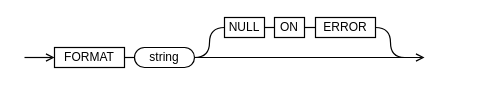
The draw.io diagram resources/draw.io/diagram-column-format.drawio in mbleron/ExcelTable, before the edit. Source tidied: cells renumbered, new cells numbered last; positions are measured from the earlier drawing's top-left corner, leaving out a move shared by most shapes. Both pictures are drawn from the tidied source at 100%, with x=0, y=0 at pixel (24, 17).
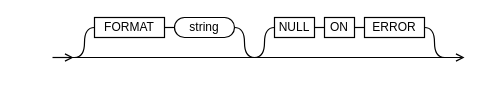
Above is the later version.

Commit message (it also covers changes not shown here):
Updated Format_clause diagram

The edit, as a diff of the source:
```diff
@@
     <mxCell id="2" value="FORMAT" style="rounded=0;whiteSpace=wrap;html=1;shadow=0;comic=0;strokeOpacity=100;strokeColor=default;strokeWidth=1.2;" parent="1" vertex="1">
-      <mxGeometry x="30" y="30" width="70" height="20" as="geometry" />
+      <mxGeometry x="70" width="70" height="20" as="geometry" />
     </mxCell>
     <mxCell id="3" value="&lt;font style=&quot;font-size: 12px;&quot;&gt;string&lt;/font&gt;" style="rounded=1;whiteSpace=wrap;html=1;arcSize=50;shadow=0;comic=0;strokeOpacity=100;strokeColor=default;strokeWidth=1.2;" parent="1" vertex="1">
-      <mxGeometry x="110" y="30" width="60" height="20" as="geometry" />
+      <mxGeometry x="150" width="60" height="20" as="geometry" />
     </mxCell>
     <mxCell id="4" value="NULL" style="rounded=0;whiteSpace=wrap;html=1;shadow=0;comic=0;strokeOpacity=100;strokeColor=default;strokeWidth=1.2;" parent="1" vertex="1">
-      <mxGeometry x="200" width="40" height="20" as="geometry" />
+      <mxGeometry x="250" width="40" height="20" as="geometry" />
     </mxCell>
     <mxCell id="5" value="ON" style="rounded=0;whiteSpace=wrap;html=1;shadow=0;comic=0;strokeOpacity=100;strokeColor=default;strokeWidth=1.2;" parent="1" vertex="1">
-      <mxGeometry x="250" width="30" height="20" as="geometry" />
+      <mxGeometry x="300" width="30" height="20" as="geometry" />
     </mxCell>
     <mxCell id="6" value="ERROR" style="rounded=0;whiteSpace=wrap;html=1;shadow=0;comic=0;strokeOpacity=100;strokeColor=default;strokeWidth=1.2;" parent="1" vertex="1">
-      <mxGeometry x="291" width="60" height="20" as="geometry" />
+      <mxGeometry x="340" width="60" height="20" as="geometry" />
     </mxCell>
@@
-    <mxCell id="8" style="endArrow=open;html=1;exitX=1;exitY=0.5;exitDx=0;exitDy=0;endFill=0;strokeOpacity=100;shadow=0;strokeColor=default;strokeWidth=1.2;" parent="1" edge="1" source="3">
+    <mxCell id="8" style="endArrow=open;html=1;endFill=0;strokeOpacity=100;shadow=0;strokeColor=default;strokeWidth=1.2;" parent="1" edge="1">
       <mxGeometry relative="1" as="geometry">
-        <mxPoint x="400" y="40" as="targetPoint" />
+        <mxPoint x="40" y="40" as="sourcePoint" />
+        <mxPoint x="440" y="40" as="targetPoint" />
       </mxGeometry>
     </mxCell>
-    <mxCell id="9" style="edgeStyle=elbowEdgeStyle;elbow=horizontal;endArrow=none;html=1;endSize=8;startSize=8;endFill=0;exitX=1;exitY=0.5;exitDx=0;exitDy=0;entryX=0;entryY=0.5;entryDx=0;entryDy=0;curved=1;strokeOpacity=100;shadow=0;strokeColor=default;strokeWidth=1.2;" parent="1" edge="1" source="3" target="4">
-      <mxGeometry relative="1" as="geometry" />
+    <mxCell id="9" style="edgeStyle=elbowEdgeStyle;elbow=horizontal;endArrow=none;html=1;endSize=8;startSize=8;endFill=0;entryX=0;entryY=0.5;entryDx=0;entryDy=0;curved=1;strokeOpacity=100;shadow=0;strokeColor=default;strokeWidth=1.2;" parent="1" edge="1" target="4">
+      <mxGeometry relative="1" as="geometry">
+        <mxPoint x="230" y="40" as="sourcePoint" />
+        <Array as="points">
+          <mxPoint x="240" y="30" />
+        </Array>
+      </mxGeometry>
     </mxCell>
@@
-    <mxCell id="12" style="edgeStyle=elbowEdgeStyle;elbow=horizontal;endArrow=none;html=1;curved=1;endSize=8;startSize=8;endFill=0;entryX=1;entryY=0.5;entryDx=0;entryDy=0;strokeOpacity=100;shadow=0;strokeColor=default;strokeWidth=1.2;" parent="1" edge="1" target="6">
-      <mxGeometry relative="1" as="geometry">
-        <mxPoint x="380" y="40" as="sourcePoint" />
-      </mxGeometry>
-    </mxCell>
-    <mxCell id="13" style="endArrow=open;html=1;endFill=0;sourcePerimeterSpacing=0;targetPerimeterSpacing=0;jumpSize=6;shadow=0;comic=0;entryX=0;entryY=0.5;entryDx=0;entryDy=0;strokeOpacity=100;strokeColor=default;strokeWidth=1.2;" parent="1" edge="1" target="2">
+    <mxCell id="13" style="endArrow=open;html=1;endFill=0;sourcePerimeterSpacing=0;targetPerimeterSpacing=0;jumpSize=6;shadow=0;comic=0;entryX=0;entryY=0.5;entryDx=0;entryDy=0;strokeOpacity=100;strokeColor=default;strokeWidth=1.2;" parent="1" edge="1">
       <mxGeometry relative="1" as="geometry">
-        <mxPoint y="40" as="sourcePoint" />
+        <mxPoint x="28" y="40" as="sourcePoint" />
+        <mxPoint x="49" y="40" as="targetPoint" />
       </mxGeometry>
     </mxCell>
+    <mxCell id="14" style="edgeStyle=elbowEdgeStyle;elbow=horizontal;endArrow=none;html=1;endSize=8;startSize=8;endFill=0;entryX=0;entryY=0.5;entryDx=0;entryDy=0;curved=1;strokeOpacity=100;shadow=0;strokeColor=default;strokeWidth=1.2;" parent="1" edge="1">
+      <mxGeometry relative="1" as="geometry">
+        <mxPoint x="50" y="40" as="sourcePoint" />
+        <mxPoint x="70" y="10" as="targetPoint" />
+      </mxGeometry>
+    </mxCell>
+    <mxCell id="15" style="edgeStyle=elbowEdgeStyle;elbow=horizontal;endArrow=none;html=1;curved=1;endSize=8;startSize=8;endFill=0;entryX=1;entryY=0.5;entryDx=0;entryDy=0;strokeOpacity=100;shadow=0;strokeColor=default;strokeWidth=1.2;" parent="1" edge="1" target="6">
+      <mxGeometry relative="1" as="geometry">
+        <mxPoint x="420" y="40" as="sourcePoint" />
+      </mxGeometry>
+    </mxCell>
+    <mxCell id="16" style="edgeStyle=elbowEdgeStyle;elbow=horizontal;endArrow=none;html=1;curved=1;endSize=8;startSize=8;endFill=0;strokeOpacity=100;shadow=0;strokeColor=default;strokeWidth=1.2;entryX=1;entryY=0.5;entryDx=0;entryDy=0;" parent="1" edge="1" target="3">
+      <mxGeometry relative="1" as="geometry">
+        <mxPoint x="230" y="40" as="sourcePoint" />
+      </mxGeometry>
+    </mxCell>
```
